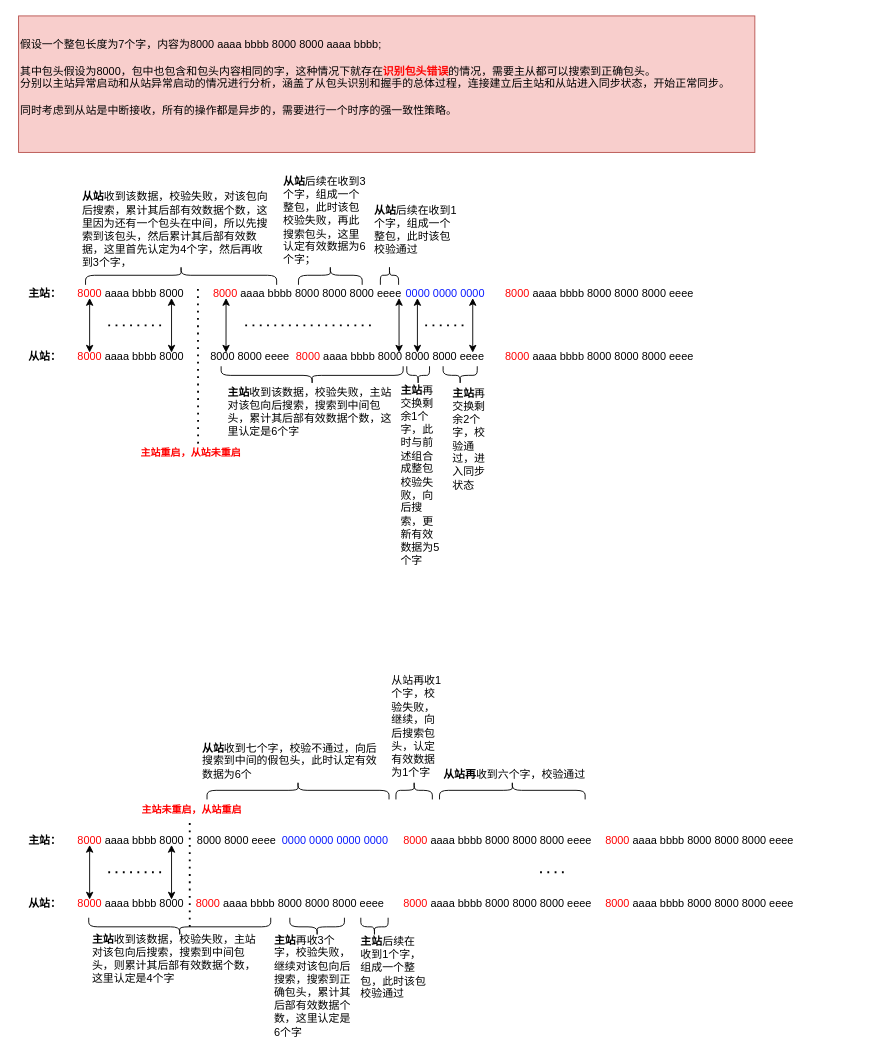
Earlier version of the draw.io diagram spi通讯库.drawio (zhuofengdd/draw.io). Source tidied: cells renumbered, new cells numbered last; positions are measured from the earlier drawing's top-left corner, leaving out a move shared by most shapes. Both pictures are drawn from the tidied source at 91%, with x=0, y=0 at pixel (17, 15).
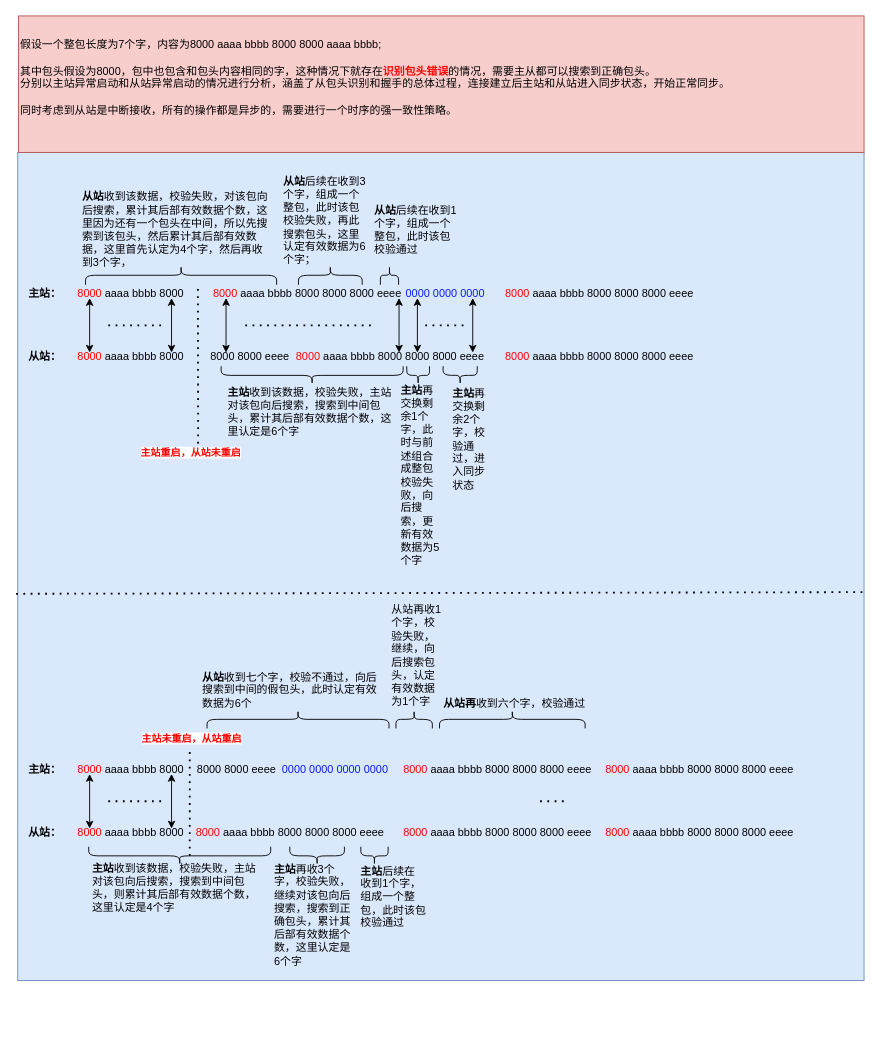
The same page after the edit.

Commit message:
更新spi通讯库.drawio

Diff of the diagram source:
```diff
@@
+    <mxCell id="65" style="rounded=0;whiteSpace=wrap;html=1;fillColor=#dae8fc;strokeColor=#6c8ebf;" parent="1" vertex="1">
+      <mxGeometry y="150" width="930" height="910" as="geometry" />
+    </mxCell>
@@
     <mxCell id="31" value="&lt;font color=&quot;#ff0000&quot;&gt;8000&lt;/font&gt; aaaa bbbb 8000 8000 8000 eeee" style="text;strokeColor=none;fillColor=none;align=left;verticalAlign=middle;spacingLeft=4;spacingRight=4;overflow=hidden;whiteSpace=wrap;html=1;" parent="1" vertex="1">
-      <mxGeometry x="190" y="961" width="240" height="30" as="geometry" />
+      <mxGeometry x="190" y="883" width="240" height="30" as="geometry" />
     </mxCell>
     <mxCell id="32" value="&lt;b&gt;主站：&lt;/b&gt;" style="text;html=1;strokeColor=none;fillColor=none;align=center;verticalAlign=middle;whiteSpace=wrap;rounded=0;" parent="1" vertex="1">
-      <mxGeometry y="891" width="60" height="30" as="geometry" />
+      <mxGeometry y="813" width="60" height="30" as="geometry" />
     </mxCell>
     <mxCell id="33" value="&amp;nbsp;8000 8000 eeee" style="text;strokeColor=none;fillColor=none;align=left;verticalAlign=middle;spacingLeft=4;spacingRight=4;overflow=hidden;whiteSpace=wrap;html=1;" parent="1" vertex="1">
-      <mxGeometry x="188" y="891" width="240" height="30" as="geometry" />
+      <mxGeometry x="188" y="813" width="240" height="30" as="geometry" />
     </mxCell>
     <mxCell id="34" value="&lt;font color=&quot;#ff0303&quot;&gt;8000&lt;/font&gt; aaaa bbbb 8000 8000 8000 eeee" style="text;strokeColor=none;fillColor=none;align=left;verticalAlign=middle;spacingLeft=4;spacingRight=4;overflow=hidden;whiteSpace=wrap;html=1;" parent="1" vertex="1">
-      <mxGeometry x="418" y="961" width="240" height="30" as="geometry" />
+      <mxGeometry x="418" y="883" width="240" height="30" as="geometry" />
     </mxCell>
     <mxCell id="35" value="&lt;b&gt;从站：&lt;/b&gt;" style="text;html=1;strokeColor=none;fillColor=none;align=center;verticalAlign=middle;whiteSpace=wrap;rounded=0;" parent="1" vertex="1">
-      <mxGeometry y="961" width="60" height="30" as="geometry" />
+      <mxGeometry y="883" width="60" height="30" as="geometry" />
     </mxCell>
     <mxCell id="36" value="&lt;font color=&quot;#ff0000&quot;&gt;8000&lt;/font&gt; aaaa bbbb 8000" style="text;strokeColor=none;fillColor=none;align=left;verticalAlign=middle;spacingLeft=4;spacingRight=4;overflow=hidden;whiteSpace=wrap;html=1;" parent="1" vertex="1">
-      <mxGeometry x="60" y="961" width="139" height="30" as="geometry" />
+      <mxGeometry x="60" y="883" width="139" height="30" as="geometry" />
     </mxCell>
     <mxCell id="37" value="&lt;font color=&quot;#ff0000&quot;&gt;8000&lt;/font&gt; aaaa bbbb 8000&amp;nbsp;" style="text;strokeColor=none;fillColor=none;align=left;verticalAlign=middle;spacingLeft=4;spacingRight=4;overflow=hidden;whiteSpace=wrap;html=1;" parent="1" vertex="1">
-      <mxGeometry x="60" y="891" width="139" height="30" as="geometry" />
+      <mxGeometry x="60" y="813" width="139" height="30" as="geometry" />
     </mxCell>
     <mxCell id="38" style="endArrow=none;dashed=1;html=1;dashPattern=1 3;strokeWidth=2;rounded=0;" parent="1" edge="1">
       <mxGeometry relative="1" as="geometry">
-        <mxPoint x="189" y="1001" as="sourcePoint" />
-        <mxPoint x="189" y="881" as="targetPoint" />
+        <mxPoint x="189" y="923" as="sourcePoint" />
+        <mxPoint x="189" y="803" as="targetPoint" />
       </mxGeometry>
     </mxCell>
@@
     <mxCell id="40" style="endArrow=classic;startArrow=classic;html=1;rounded=0;exitX=0.583;exitY=0.333;exitDx=0;exitDy=0;exitPerimeter=0;entryX=0.292;entryY=0.667;entryDx=0;entryDy=0;entryPerimeter=0;" parent="1" edge="1">
       <mxGeometry relative="1" as="geometry">
-        <mxPoint x="79" y="971" as="sourcePoint" />
-        <mxPoint x="79" y="911" as="targetPoint" />
+        <mxPoint x="79" y="893" as="sourcePoint" />
+        <mxPoint x="79" y="833" as="targetPoint" />
       </mxGeometry>
     </mxCell>
     <mxCell id="41" style="endArrow=classic;startArrow=classic;html=1;rounded=0;exitX=0.583;exitY=0.333;exitDx=0;exitDy=0;exitPerimeter=0;entryX=0.292;entryY=0.667;entryDx=0;entryDy=0;entryPerimeter=0;" parent="1" edge="1">
       <mxGeometry relative="1" as="geometry">
-        <mxPoint x="169" y="971" as="sourcePoint" />
-        <mxPoint x="169" y="911" as="targetPoint" />
+        <mxPoint x="169" y="893" as="sourcePoint" />
+        <mxPoint x="169" y="833" as="targetPoint" />
       </mxGeometry>
     </mxCell>
     <mxCell id="42" style="endArrow=none;dashed=1;html=1;dashPattern=1 3;strokeWidth=2;rounded=0;" parent="1" edge="1">
       <mxGeometry relative="1" as="geometry">
-        <mxPoint x="574" y="941" as="sourcePoint" />
-        <mxPoint x="604" y="941" as="targetPoint" />
+        <mxPoint x="574" y="863" as="sourcePoint" />
+        <mxPoint x="604" y="863" as="targetPoint" />
       </mxGeometry>
     </mxCell>
     <mxCell id="43" style="endArrow=none;dashed=1;html=1;dashPattern=1 3;strokeWidth=2;rounded=0;" parent="1" edge="1">
       <mxGeometry relative="1" as="geometry">
-        <mxPoint x="99.5" y="941" as="sourcePoint" />
-        <mxPoint x="159.5" y="941" as="targetPoint" />
+        <mxPoint x="99.5" y="863" as="sourcePoint" />
+        <mxPoint x="159.5" y="863" as="targetPoint" />
       </mxGeometry>
     </mxCell>
     <mxCell id="44" style="shape=curlyBracket;whiteSpace=wrap;html=1;rounded=1;labelPosition=left;verticalLabelPosition=middle;align=right;verticalAlign=middle;rotation=-90;" parent="1" vertex="1">
-      <mxGeometry x="168" y="901" width="20" height="200" as="geometry" />
+      <mxGeometry x="168" y="823" width="20" height="200" as="geometry" />
     </mxCell>
     <mxCell id="45" value="&lt;b&gt;主站&lt;/b&gt;收到该数据，校验失败，主站对该包向后搜索，搜索到中间包头，则累计其后部有效数据个数，这里认定是4个字" style="text;html=1;strokeColor=none;fillColor=none;align=left;verticalAlign=middle;whiteSpace=wrap;rounded=0;" parent="1" vertex="1">
-      <mxGeometry x="79.5" y="1006" width="190" height="60" as="geometry" />
+      <mxGeometry x="79.5" y="928" width="190" height="60" as="geometry" />
     </mxCell>
     <mxCell id="46" style="shape=curlyBracket;whiteSpace=wrap;html=1;rounded=1;labelPosition=left;verticalLabelPosition=middle;align=right;verticalAlign=middle;rotation=-90;" parent="1" vertex="1">
-      <mxGeometry x="319" y="971" width="20" height="60" as="geometry" />
+      <mxGeometry x="319" y="893" width="20" height="60" as="geometry" />
     </mxCell>
     <mxCell id="47" value="&lt;b&gt;主站&lt;/b&gt;再收3个字，校验失败，继续对该包向后搜索，搜索到正确包头，累计其后部有效数据个数，这里认定是6个字" style="text;html=1;strokeColor=none;fillColor=none;align=left;verticalAlign=middle;whiteSpace=wrap;rounded=0;" parent="1" vertex="1">
-      <mxGeometry x="279.5" y="1006" width="90.2" height="120" as="geometry" />
+      <mxGeometry x="279.5" y="928" width="90.2" height="120" as="geometry" />
     </mxCell>
     <mxCell id="48" value="&lt;b&gt;主站&lt;/b&gt;后续在收到1个字，组成一个整包，此时该包校验通过" style="text;html=1;strokeColor=none;fillColor=none;align=left;verticalAlign=middle;whiteSpace=wrap;rounded=0;" parent="1" vertex="1">
-      <mxGeometry x="375" y="1001" width="74" height="90" as="geometry" />
+      <mxGeometry x="375" y="923" width="74" height="90" as="geometry" />
     </mxCell>
     <mxCell id="49" style="shape=curlyBracket;whiteSpace=wrap;html=1;rounded=1;labelPosition=left;verticalLabelPosition=middle;align=right;verticalAlign=middle;rotation=-90;" parent="1" vertex="1">
-      <mxGeometry x="382" y="986" width="20" height="30" as="geometry" />
+      <mxGeometry x="382" y="908" width="20" height="30" as="geometry" />
     </mxCell>
     <mxCell id="50" value="&lt;font color=&quot;#ff0303&quot;&gt;8000&lt;/font&gt; aaaa bbbb 8000 8000 8000 eeee" style="text;strokeColor=none;fillColor=none;align=left;verticalAlign=middle;spacingLeft=4;spacingRight=4;overflow=hidden;whiteSpace=wrap;html=1;" parent="1" vertex="1">
-      <mxGeometry x="417.5" y="891" width="240" height="30" as="geometry" />
+      <mxGeometry x="417.5" y="813" width="240" height="30" as="geometry" />
     </mxCell>
@@
     <mxCell id="53" value="0000 0000 0000 0000" style="text;html=1;strokeColor=none;fillColor=none;align=center;verticalAlign=middle;whiteSpace=wrap;rounded=0;fontColor=#0A1BFF;" parent="1" vertex="1">
-      <mxGeometry x="289" y="891" width="120" height="30" as="geometry" />
+      <mxGeometry x="289" y="813" width="120" height="30" as="geometry" />
     </mxCell>
@@
     <mxCell id="56" style="shape=curlyBracket;whiteSpace=wrap;html=1;rounded=1;labelPosition=left;verticalLabelPosition=middle;align=right;verticalAlign=middle;rotation=90;" parent="1" vertex="1">
-      <mxGeometry x="298" y="751" width="20" height="200" as="geometry" />
+      <mxGeometry x="298" y="673" width="20" height="200" as="geometry" />
     </mxCell>
     <mxCell id="57" value="&lt;b&gt;从站&lt;/b&gt;收到七个字，校验不通过，向后搜索到中间的假包头，此时认定有效数据为6个" style="text;html=1;strokeColor=none;fillColor=none;align=left;verticalAlign=middle;whiteSpace=wrap;rounded=0;" parent="1" vertex="1">
-      <mxGeometry x="201" y="796" width="201" height="45" as="geometry" />
+      <mxGeometry x="201" y="718" width="201" height="45" as="geometry" />
     </mxCell>
     <mxCell id="58" style="shape=curlyBracket;whiteSpace=wrap;html=1;rounded=1;labelPosition=left;verticalLabelPosition=middle;align=right;verticalAlign=middle;rotation=90;" parent="1" vertex="1">
-      <mxGeometry x="533.5" y="771" width="20" height="160" as="geometry" />
+      <mxGeometry x="533.5" y="693" width="20" height="160" as="geometry" />
     </mxCell>
     <mxCell id="59" value="&lt;b&gt;从站再&lt;/b&gt;收到六个字，校验通过" style="text;html=1;strokeColor=none;fillColor=none;align=left;verticalAlign=middle;whiteSpace=wrap;rounded=0;" parent="1" vertex="1">
-      <mxGeometry x="466.1" y="811" width="201" height="45" as="geometry" />
+      <mxGeometry x="466.1" y="733" width="201" height="45" as="geometry" />
     </mxCell>
     <mxCell id="60" style="shape=curlyBracket;whiteSpace=wrap;html=1;rounded=1;labelPosition=left;verticalLabelPosition=middle;align=right;verticalAlign=middle;rotation=90;" parent="1" vertex="1">
-      <mxGeometry x="425.6" y="831" width="20" height="40" as="geometry" />
+      <mxGeometry x="425.6" y="753" width="20" height="40" as="geometry" />
     </mxCell>
     <mxCell id="61" value="从站再收1个字，校验失败，继续，向后搜索包头，认定有效数据为1个字" style="text;html=1;strokeColor=none;fillColor=none;align=left;verticalAlign=middle;whiteSpace=wrap;rounded=0;" parent="1" vertex="1">
-      <mxGeometry x="409" y="721" width="60" height="120" as="geometry" />
+      <mxGeometry x="409" y="643" width="60" height="120" as="geometry" />
     </mxCell>
     <mxCell id="62" value="&lt;font color=&quot;#ff0000&quot;&gt;8000&lt;/font&gt; aaaa bbbb 8000 8000 8000 eeee" style="text;strokeColor=none;fillColor=none;align=left;verticalAlign=middle;spacingLeft=4;spacingRight=4;overflow=hidden;whiteSpace=wrap;html=1;" parent="1" vertex="1">
-      <mxGeometry x="640" y="891" width="240" height="30" as="geometry" />
+      <mxGeometry x="640" y="813" width="240" height="30" as="geometry" />
     </mxCell>
     <mxCell id="63" value="&lt;font color=&quot;#ff0000&quot;&gt;8000&lt;/font&gt; aaaa bbbb 8000 8000 8000 eeee" style="text;strokeColor=none;fillColor=none;align=left;verticalAlign=middle;spacingLeft=4;spacingRight=4;overflow=hidden;whiteSpace=wrap;html=1;" parent="1" vertex="1">
-      <mxGeometry x="640" y="961" width="240" height="30" as="geometry" />
+      <mxGeometry x="640" y="883" width="240" height="30" as="geometry" />
     </mxCell>
     <mxCell id="64" value="假设一个整包长度为7个字，内容为8000 aaaa bbbb 8000 8000 aaaa bbbb;&lt;div&gt;&lt;br&gt;&lt;div&gt;其中包头假设为8000，包中也包含和包头内容相同的字，这种情况下就存在&lt;font color=&quot;#ff0505&quot;&gt;&lt;b&gt;识别包头错误&lt;/b&gt;&lt;/font&gt;的情况，需要主从都可以搜索到正确包头。&lt;/div&gt;&lt;div&gt;分别以主站异常启动和从站异常启动的情况进行分析，涵盖了从包头识别和握手的总体过程，连接建立后主站和从站进入同步状态，开始正常同步。&lt;/div&gt;&lt;/div&gt;&lt;div&gt;&lt;br&gt;&lt;/div&gt;&lt;div&gt;同时考虑到从站是中断接收，所有的操作都是异步的，需要进行一个时序的强一致性策略。&lt;/div&gt;&lt;div&gt;&lt;br&gt;&lt;/div&gt;" style="text;html=1;align=left;verticalAlign=middle;whiteSpace=wrap;rounded=0;fillColor=#f8cecc;strokeColor=#b85450;" parent="1" vertex="1">
-      <mxGeometry x="0.9" width="809.1" height="150" as="geometry" />
+      <mxGeometry x="0.9" width="929.1" height="150" as="geometry" />
     </mxCell>
+    <mxCell id="66" style="endArrow=none;dashed=1;html=1;dashPattern=1 3;strokeWidth=2;rounded=0;exitX=-0.002;exitY=0.533;exitDx=0;exitDy=0;exitPerimeter=0;entryX=1;entryY=0.531;entryDx=0;entryDy=0;entryPerimeter=0;" parent="1" edge="1" source="65" target="65">
+      <mxGeometry relative="1" as="geometry" />
+    </mxCell>
```
